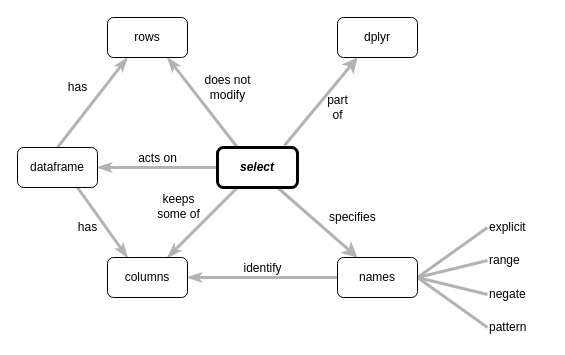
The draw.io diagram en/select.drawio in rstudio/concept-maps, before the edit. Source tidied: cells renumbered, new cells numbered last; positions are measured from the earlier drawing's top-left corner, leaving out a move shared by most shapes. Both pictures are drawn from the tidied source at 100%, with x=0, y=0 at pixel (17, 17).
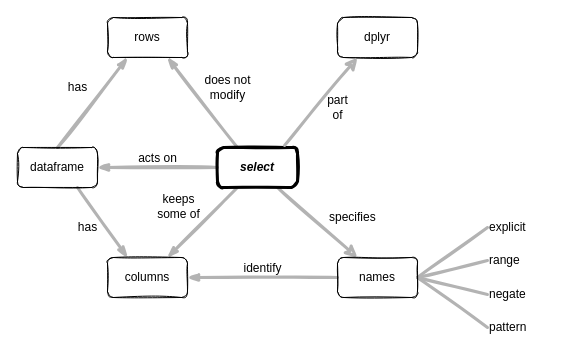
After the change.

The edit, as a diff of the source:
```diff
@@
-    <mxCell id="2" value="acts on" style="edgeStyle=none;rounded=1;html=1;labelBackgroundColor=none;startArrow=none;startFill=0;startSize=5;endArrow=classicThin;endFill=1;endSize=5;jettySize=auto;strokeColor=#B3B3B3;strokeWidth=3;fontFamily=Helvetica;fontSize=12;exitX=0;exitY=0.5;exitDx=0;exitDy=0;entryX=1;entryY=0.5;entryDx=0;entryDy=0;verticalAlign=bottom;" parent="1" edge="1" source="13" target="8">
+    <mxCell id="2" value="acts on" style="edgeStyle=none;rounded=1;html=1;labelBackgroundColor=none;startArrow=none;startFill=0;startSize=5;endArrow=classicThin;endFill=1;endSize=5;jettySize=auto;strokeColor=#B3B3B3;strokeWidth=3;fontFamily=Helvetica;fontSize=12;exitX=0;exitY=0.5;exitDx=0;exitDy=0;entryX=1;entryY=0.5;entryDx=0;entryDy=0;verticalAlign=bottom;sketch=1;" parent="1" edge="1" source="13" target="8">
       <mxGeometry relative="1" as="geometry" />
     </mxCell>
-    <mxCell id="3" value="has" style="edgeStyle=none;rounded=1;html=1;labelBackgroundColor=#FFFFFF;startArrow=none;startFill=0;startSize=5;endArrow=classicThin;endFill=1;endSize=5;jettySize=auto;strokeColor=#B3B3B3;strokeWidth=3;fontFamily=Helvetica;fontSize=12;exitX=0.75;exitY=1;exitDx=0;exitDy=0;entryX=0.25;entryY=0;entryDx=0;entryDy=0;verticalAlign=middle;" parent="1" edge="1" source="8" target="10">
+    <mxCell id="3" value="has" style="edgeStyle=none;rounded=1;html=1;labelBackgroundColor=none;startArrow=none;startFill=0;startSize=5;endArrow=classicThin;endFill=1;endSize=5;jettySize=auto;strokeColor=#B3B3B3;strokeWidth=3;fontFamily=Helvetica;fontSize=12;exitX=0.75;exitY=1;exitDx=0;exitDy=0;entryX=0.25;entryY=0;entryDx=0;entryDy=0;verticalAlign=middle;sketch=1;" parent="1" edge="1" source="8" target="10">
       <mxGeometry x="-0.11" y="-15" relative="1" as="geometry" />
     </mxCell>
-    <mxCell id="4" value="keeps&lt;br style=&quot;font-size: 12px;&quot;&gt;some of" style="edgeStyle=none;rounded=1;html=1;labelBackgroundColor=none;startArrow=none;startFill=0;startSize=5;endArrow=classicThin;endFill=1;endSize=5;jettySize=auto;strokeColor=#B3B3B3;strokeWidth=3;fontFamily=Helvetica;fontSize=12;exitX=0.25;exitY=1;exitDx=0;exitDy=0;entryX=0.75;entryY=0;entryDx=0;entryDy=0;verticalAlign=middle;" parent="1" edge="1" source="13" target="10">
+    <mxCell id="4" value="keeps&lt;br style=&quot;font-size: 12px;&quot;&gt;some of" style="edgeStyle=none;rounded=1;html=1;labelBackgroundColor=none;startArrow=none;startFill=0;startSize=5;endArrow=classicThin;endFill=1;endSize=5;jettySize=auto;strokeColor=#B3B3B3;strokeWidth=3;fontFamily=Helvetica;fontSize=12;exitX=0.25;exitY=1;exitDx=0;exitDy=0;entryX=0.75;entryY=0;entryDx=0;entryDy=0;verticalAlign=middle;sketch=1;" parent="1" edge="1" source="13" target="10">
       <mxGeometry x="0.14" y="-28" relative="1" as="geometry">
         <mxPoint y="-1" as="offset" />
       </mxGeometry>
     </mxCell>
-    <mxCell id="5" value="identify" style="edgeStyle=none;rounded=1;html=1;labelBackgroundColor=none;startArrow=none;startFill=0;startSize=5;endArrow=classicThin;endFill=1;endSize=5;jettySize=auto;strokeColor=#B3B3B3;strokeWidth=3;fontFamily=Helvetica;fontSize=12;exitX=0;exitY=0.5;exitDx=0;exitDy=0;entryX=1;entryY=0.5;entryDx=0;entryDy=0;verticalAlign=bottom;" parent="1" edge="1" source="24" target="10">
+    <mxCell id="5" value="identify" style="edgeStyle=none;rounded=1;html=1;labelBackgroundColor=none;startArrow=none;startFill=0;startSize=5;endArrow=classicThin;endFill=1;endSize=5;jettySize=auto;strokeColor=#B3B3B3;strokeWidth=3;fontFamily=Helvetica;fontSize=12;exitX=0;exitY=0.5;exitDx=0;exitDy=0;entryX=1;entryY=0.5;entryDx=0;entryDy=0;verticalAlign=bottom;sketch=1;" parent="1" edge="1" source="24" target="10">
       <mxGeometry relative="1" as="geometry" />
     </mxCell>
-    <mxCell id="6" value="has" style="edgeStyle=none;rounded=1;html=1;labelBackgroundColor=none;startArrow=none;startFill=0;startSize=5;endArrow=classicThin;endFill=1;endSize=5;jettySize=auto;strokeColor=#B3B3B3;strokeWidth=3;fontFamily=Helvetica;fontSize=12;exitX=0.5;exitY=0;exitDx=0;exitDy=0;entryX=0.25;entryY=1;entryDx=0;entryDy=0;verticalAlign=middle;" parent="1" edge="1" source="8" target="11">
+    <mxCell id="6" value="has" style="edgeStyle=none;rounded=1;html=1;labelBackgroundColor=none;startArrow=none;startFill=0;startSize=5;endArrow=classicThin;endFill=1;endSize=5;jettySize=auto;strokeColor=#B3B3B3;strokeWidth=3;fontFamily=Helvetica;fontSize=12;exitX=0.5;exitY=0;exitDx=0;exitDy=0;entryX=0.25;entryY=1;entryDx=0;entryDy=0;verticalAlign=middle;sketch=1;" parent="1" edge="1" source="8" target="11">
       <mxGeometry x="0.05" y="21" relative="1" as="geometry" />
     </mxCell>
-    <mxCell id="7" value="does not&lt;br style=&quot;font-size: 12px;&quot;&gt;modify" style="edgeStyle=none;rounded=1;html=1;labelBackgroundColor=none;startArrow=none;startFill=0;startSize=5;endArrow=classicThin;endFill=1;endSize=5;jettySize=auto;strokeColor=#B3B3B3;strokeWidth=3;fontFamily=Helvetica;fontSize=12;exitX=0.25;exitY=0;exitDx=0;exitDy=0;entryX=0.75;entryY=1;entryDx=0;entryDy=0;verticalAlign=middle;" parent="1" edge="1" source="13" target="11">
+    <mxCell id="7" value="does not&lt;br style=&quot;font-size: 12px;&quot;&gt;modify" style="edgeStyle=none;rounded=1;html=1;labelBackgroundColor=none;startArrow=none;startFill=0;startSize=5;endArrow=classicThin;endFill=1;endSize=5;jettySize=auto;strokeColor=#B3B3B3;strokeWidth=3;fontFamily=Helvetica;fontSize=12;exitX=0.25;exitY=0;exitDx=0;exitDy=0;entryX=0.75;entryY=1;entryDx=0;entryDy=0;verticalAlign=middle;sketch=1;" parent="1" edge="1" source="13" target="11">
       <mxGeometry x="-0.06" y="-29" relative="1" as="geometry" />
     </mxCell>
-    <mxCell id="8" value="dataframe" style="rounded=1;whiteSpace=wrap;html=1;fontSize=12;fontFamily=Helvetica;fillColor=none;" parent="1" vertex="1">
+    <mxCell id="8" value="dataframe" style="rounded=1;whiteSpace=wrap;html=1;fontSize=12;fontFamily=Helvetica;fillColor=none;sketch=1;labelBackgroundColor=none;" parent="1" vertex="1">
       <mxGeometry y="130" width="80" height="40" as="geometry" />
     </mxCell>
-    <mxCell id="9" style="edgeStyle=orthogonalEdgeStyle;rounded=0;orthogonalLoop=1;jettySize=auto;html=1;exitX=0.5;exitY=1;exitDx=0;exitDy=0;strokeWidth=3;fontSize=12;fontFamily=Helvetica;" parent="1" edge="1" source="8" target="8">
+    <mxCell id="9" style="edgeStyle=orthogonalEdgeStyle;rounded=0;orthogonalLoop=1;jettySize=auto;html=1;exitX=0.5;exitY=1;exitDx=0;exitDy=0;strokeWidth=3;fontSize=12;fontFamily=Helvetica;sketch=1;labelBackgroundColor=none;" parent="1" edge="1" source="8" target="8">
       <mxGeometry relative="1" as="geometry" />
     </mxCell>
-    <mxCell id="10" value="columns" style="rounded=1;whiteSpace=wrap;html=1;fontSize=12;fontFamily=Helvetica;fillColor=none;" parent="1" vertex="1">
+    <mxCell id="10" value="columns" style="rounded=1;whiteSpace=wrap;html=1;fontSize=12;fontFamily=Helvetica;fillColor=none;sketch=1;labelBackgroundColor=none;" parent="1" vertex="1">
       <mxGeometry x="90" y="240" width="80" height="40" as="geometry" />
     </mxCell>
-    <mxCell id="11" value="rows" style="rounded=1;whiteSpace=wrap;html=1;fontSize=12;fontFamily=Helvetica;fillColor=none;" parent="1" vertex="1">
+    <mxCell id="11" value="rows" style="rounded=1;whiteSpace=wrap;html=1;fontSize=12;fontFamily=Helvetica;fillColor=none;sketch=1;labelBackgroundColor=none;" parent="1" vertex="1">
       <mxGeometry x="90" width="80" height="40" as="geometry" />
     </mxCell>
-    <mxCell id="12" value="specifies" style="endArrow=classic;html=1;strokeWidth=3;entryX=0.25;entryY=0;entryDx=0;entryDy=0;strokeColor=#B3B3B3;exitX=0.75;exitY=1;exitDx=0;exitDy=0;verticalAlign=middle;fontSize=12;labelBackgroundColor=none;fontFamily=Helvetica;align=left;" parent="1" edge="1" source="13" target="24">
+    <mxCell id="12" value="specifies" style="endArrow=classic;html=1;strokeWidth=3;entryX=0.25;entryY=0;entryDx=0;entryDy=0;strokeColor=#B3B3B3;exitX=0.75;exitY=1;exitDx=0;exitDy=0;verticalAlign=middle;fontSize=12;labelBackgroundColor=none;fontFamily=Helvetica;align=left;sketch=1;" parent="1" edge="1" source="13" target="24">
       <mxGeometry x="0.08" y="10" relative="1" as="geometry">
         <mxPoint x="1" as="offset" />
       </mxGeometry>
     </mxCell>
-    <mxCell id="13" value="&lt;b style=&quot;font-size: 12px;&quot;&gt;&lt;i style=&quot;font-size: 12px;&quot;&gt;select&lt;/i&gt;&lt;/b&gt;" style="rounded=1;whiteSpace=wrap;html=1;strokeWidth=3;fontSize=12;fontFamily=Helvetica;fillColor=none;" parent="1" vertex="1">
+    <mxCell id="13" value="&lt;b style=&quot;font-size: 12px;&quot;&gt;&lt;i style=&quot;font-size: 12px;&quot;&gt;select&lt;/i&gt;&lt;/b&gt;" style="rounded=1;whiteSpace=wrap;html=1;strokeWidth=3;fontSize=12;fontFamily=Helvetica;fillColor=none;sketch=1;labelBackgroundColor=none;" parent="1" vertex="1">
       <mxGeometry x="200" y="130" width="80" height="40" as="geometry" />
     </mxCell>
-    <mxCell id="14" value="dplyr" style="rounded=1;whiteSpace=wrap;html=1;fontSize=12;fontFamily=Helvetica;fillColor=none;" parent="1" vertex="1">
+    <mxCell id="14" value="dplyr" style="rounded=1;whiteSpace=wrap;html=1;fontSize=12;fontFamily=Helvetica;fillColor=none;sketch=1;labelBackgroundColor=none;" parent="1" vertex="1">
       <mxGeometry x="320" width="80" height="40" as="geometry" />
     </mxCell>
-    <mxCell id="15" value="part&lt;br style=&quot;font-size: 12px;&quot;&gt;of" style="endArrow=classic;html=1;strokeWidth=3;entryX=0.25;entryY=1;entryDx=0;entryDy=0;strokeColor=#B3B3B3;exitX=0.838;exitY=-0.05;exitDx=0;exitDy=0;verticalAlign=middle;fontSize=12;labelBackgroundColor=none;exitPerimeter=0;fontFamily=Helvetica;" parent="1" edge="1" source="13" target="14">
+    <mxCell id="15" value="part&lt;br style=&quot;font-size: 12px;&quot;&gt;of" style="endArrow=classic;html=1;strokeWidth=3;entryX=0.25;entryY=1;entryDx=0;entryDy=0;strokeColor=#B3B3B3;exitX=0.838;exitY=-0.05;exitDx=0;exitDy=0;verticalAlign=middle;fontSize=12;labelBackgroundColor=none;exitPerimeter=0;fontFamily=Helvetica;sketch=1;" parent="1" edge="1" source="13" target="14">
       <mxGeometry x="0.1" y="-17" relative="1" as="geometry" />
     </mxCell>
-    <mxCell id="16" value="explicit" style="text;html=1;strokeColor=none;fillColor=none;align=left;verticalAlign=middle;whiteSpace=wrap;rounded=0;fontSize=12;fontFamily=Helvetica;" parent="1" vertex="1">
+    <mxCell id="16" value="explicit" style="text;html=1;strokeColor=none;fillColor=none;align=left;verticalAlign=middle;whiteSpace=wrap;rounded=0;fontSize=12;fontFamily=Helvetica;sketch=1;labelBackgroundColor=none;" parent="1" vertex="1">
       <mxGeometry x="470" y="200" width="60" height="20" as="geometry" />
     </mxCell>
-    <mxCell id="17" value="range" style="text;html=1;strokeColor=none;fillColor=none;align=left;verticalAlign=middle;whiteSpace=wrap;rounded=0;fontSize=12;fontFamily=Helvetica;" parent="1" vertex="1">
+    <mxCell id="17" value="range" style="text;html=1;strokeColor=none;fillColor=none;align=left;verticalAlign=middle;whiteSpace=wrap;rounded=0;fontSize=12;fontFamily=Helvetica;sketch=1;labelBackgroundColor=none;" parent="1" vertex="1">
       <mxGeometry x="470" y="233" width="60" height="20" as="geometry" />
     </mxCell>
-    <mxCell id="18" value="negate" style="text;html=1;strokeColor=none;fillColor=none;align=left;verticalAlign=middle;whiteSpace=wrap;rounded=0;fontSize=12;fontFamily=Helvetica;" parent="1" vertex="1">
+    <mxCell id="18" value="negate" style="text;html=1;strokeColor=none;fillColor=none;align=left;verticalAlign=middle;whiteSpace=wrap;rounded=0;fontSize=12;fontFamily=Helvetica;sketch=1;labelBackgroundColor=none;" parent="1" vertex="1">
       <mxGeometry x="470" y="267" width="60" height="20" as="geometry" />
     </mxCell>
-    <mxCell id="19" value="pattern" style="text;html=1;strokeColor=none;fillColor=none;align=left;verticalAlign=middle;whiteSpace=wrap;rounded=0;fontSize=12;fontFamily=Helvetica;" parent="1" vertex="1">
+    <mxCell id="19" value="pattern" style="text;html=1;strokeColor=none;fillColor=none;align=left;verticalAlign=middle;whiteSpace=wrap;rounded=0;fontSize=12;fontFamily=Helvetica;sketch=1;labelBackgroundColor=none;" parent="1" vertex="1">
       <mxGeometry x="470" y="300" width="60" height="20" as="geometry" />
     </mxCell>
-    <mxCell id="20" style="endArrow=none;html=1;labelBackgroundColor=#FFFFFF;strokeColor=#B3B3B3;strokeWidth=3;fontSize=12;exitX=1;exitY=0.5;exitDx=0;exitDy=0;entryX=0;entryY=0.5;entryDx=0;entryDy=0;fontFamily=Helvetica;" parent="1" edge="1" source="24" target="16">
+    <mxCell id="20" style="endArrow=none;html=1;labelBackgroundColor=none;strokeColor=#B3B3B3;strokeWidth=3;fontSize=12;exitX=1;exitY=0.5;exitDx=0;exitDy=0;entryX=0;entryY=0.5;entryDx=0;entryDy=0;fontFamily=Helvetica;sketch=1;" parent="1" edge="1" source="24" target="16">
       <mxGeometry relative="1" as="geometry" />
     </mxCell>
-    <mxCell id="21" style="endArrow=none;html=1;labelBackgroundColor=#FFFFFF;strokeColor=#B3B3B3;strokeWidth=3;fontSize=12;entryX=0;entryY=0.5;entryDx=0;entryDy=0;exitX=1;exitY=0.5;exitDx=0;exitDy=0;fontFamily=Helvetica;" parent="1" edge="1" source="24" target="17">
+    <mxCell id="21" style="endArrow=none;html=1;labelBackgroundColor=none;strokeColor=#B3B3B3;strokeWidth=3;fontSize=12;entryX=0;entryY=0.5;entryDx=0;entryDy=0;exitX=1;exitY=0.5;exitDx=0;exitDy=0;fontFamily=Helvetica;sketch=1;" parent="1" edge="1" source="24" target="17">
       <mxGeometry relative="1" as="geometry" />
     </mxCell>
-    <mxCell id="22" style="endArrow=none;html=1;labelBackgroundColor=#FFFFFF;strokeColor=#B3B3B3;strokeWidth=3;fontSize=12;entryX=0;entryY=0.5;entryDx=0;entryDy=0;fontFamily=Helvetica;" parent="1" edge="1" target="18">
+    <mxCell id="22" style="endArrow=none;html=1;labelBackgroundColor=none;strokeColor=#B3B3B3;strokeWidth=3;fontSize=12;entryX=0;entryY=0.5;entryDx=0;entryDy=0;fontFamily=Helvetica;sketch=1;" parent="1" edge="1" target="18">
       <mxGeometry relative="1" as="geometry">
         <mxPoint x="400" y="260" as="sourcePoint" />
       </mxGeometry>
     </mxCell>
-    <mxCell id="23" style="endArrow=none;html=1;labelBackgroundColor=#FFFFFF;strokeColor=#B3B3B3;strokeWidth=3;fontSize=12;entryX=0;entryY=0.5;entryDx=0;entryDy=0;exitX=1;exitY=0.5;exitDx=0;exitDy=0;fontFamily=Helvetica;" parent="1" edge="1" source="24" target="19">
+    <mxCell id="23" style="endArrow=none;html=1;labelBackgroundColor=none;strokeColor=#B3B3B3;strokeWidth=3;fontSize=12;entryX=0;entryY=0.5;entryDx=0;entryDy=0;exitX=1;exitY=0.5;exitDx=0;exitDy=0;fontFamily=Helvetica;sketch=1;" parent="1" edge="1" source="24" target="19">
       <mxGeometry relative="1" as="geometry" />
     </mxCell>
-    <mxCell id="24" value="names" style="rounded=1;whiteSpace=wrap;html=1;fontSize=12;fontFamily=Helvetica;fillColor=none;" parent="1" vertex="1">
+    <mxCell id="24" value="names" style="rounded=1;whiteSpace=wrap;html=1;fontSize=12;fontFamily=Helvetica;fillColor=none;sketch=1;labelBackgroundColor=none;" parent="1" vertex="1">
       <mxGeometry x="320" y="240" width="80" height="40" as="geometry" />
     </mxCell>
```
